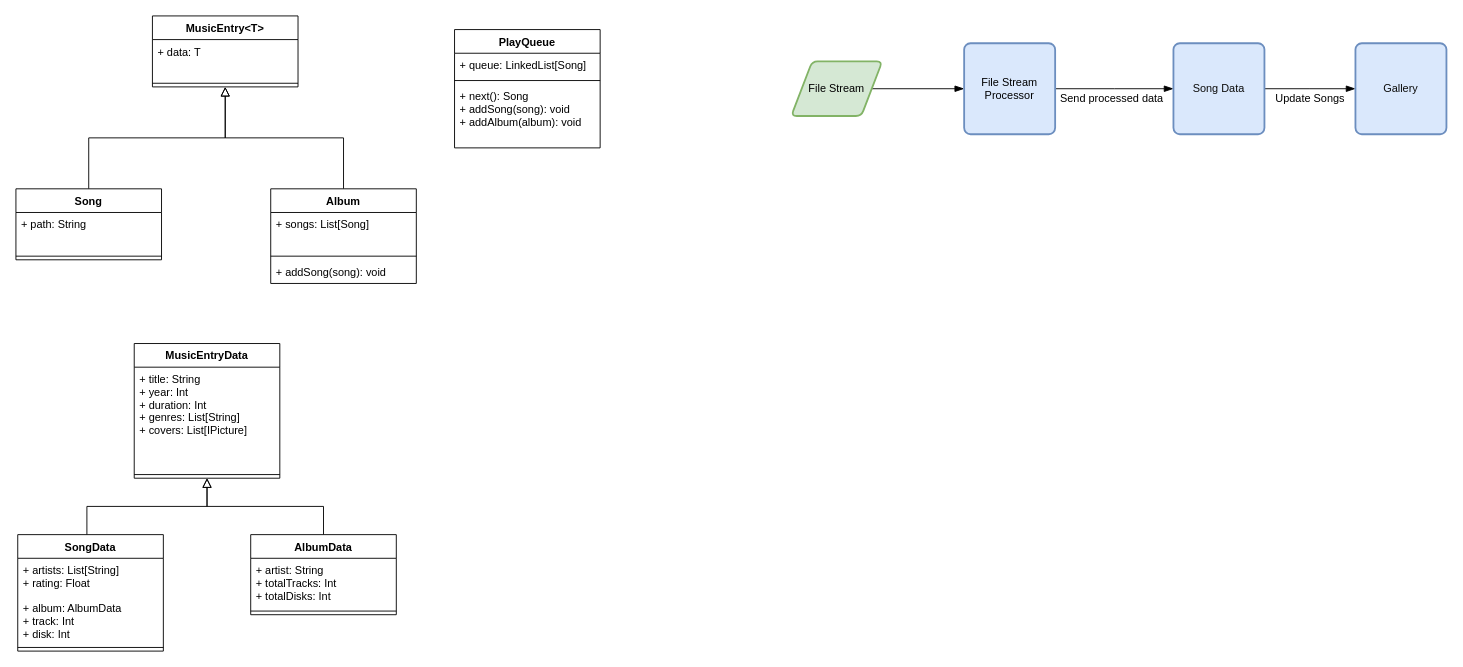
Above: design/music-data-model.drawio in elatoskinas/music-desktop-app (draw.io), before the change. Source tidied: cells renumbered, new cells numbered last; positions are measured from the earlier drawing's top-left corner, leaving out a move shared by most shapes. Both pictures are drawn from the tidied source at 91%, with x=0, y=0 at pixel (15, 15).
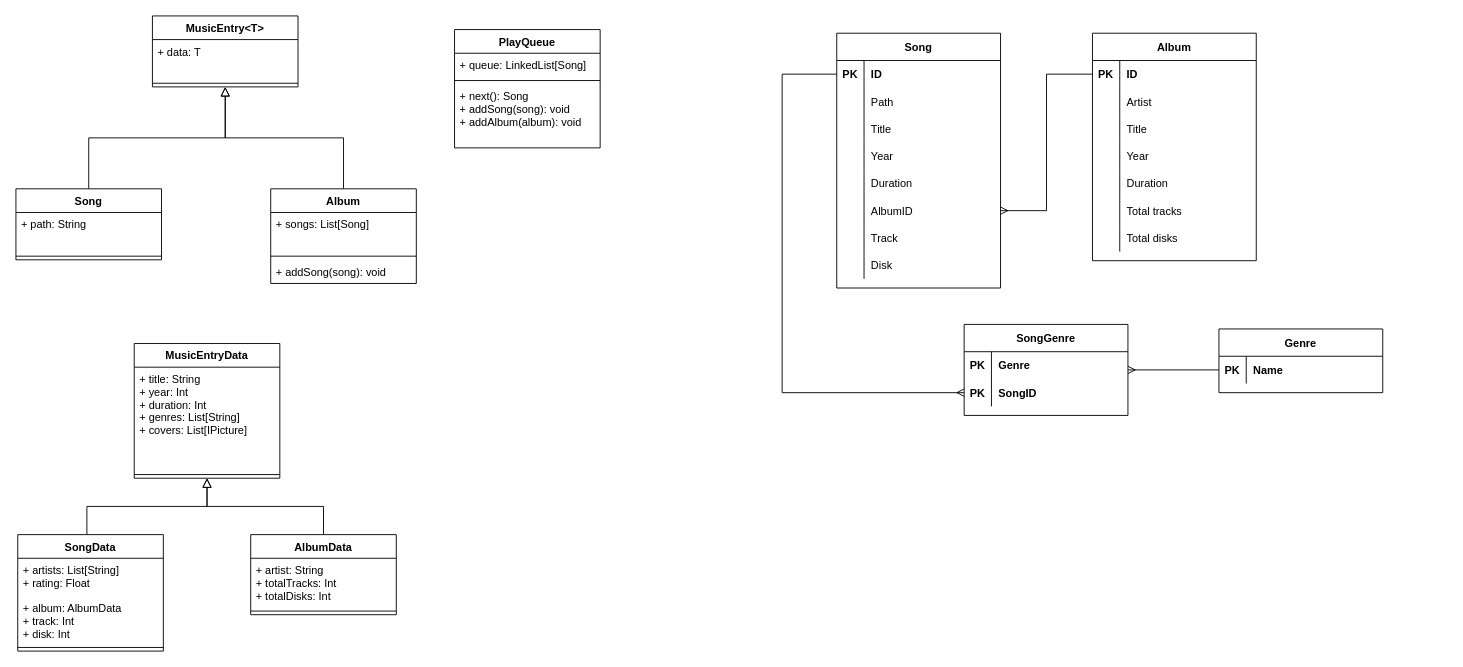
The same page after the edit.

Commit message:
Add preliminary SQL data design

Change to the diagram source:
```diff
@@
-    <mxCell id="25" style="edgeStyle=orthogonalEdgeStyle;rounded=0;jettySize=auto;html=1;entryX=0;entryY=0.5;entryDx=0;entryDy=0;startSize=8;endArrow=blockThin;endFill=1;endSize=8;strokeWidth=1;" parent="1" edge="1" source="26" target="29">
-      <mxGeometry relative="1" as="geometry" />
-    </mxCell>
-    <mxCell id="26" value="File Stream" style="shape=parallelogram;html=1;strokeWidth=2;perimeter=parallelogramPerimeter;whiteSpace=wrap;rounded=1;arcSize=12;size=0.23;align=center;fillColor=#d5e8d4;strokeColor=#82b366;" parent="1" vertex="1">
-      <mxGeometry x="852" y="50" width="100" height="60" as="geometry" />
-    </mxCell>
-    <mxCell id="27" style="edgeStyle=orthogonalEdgeStyle;rounded=0;jettySize=auto;html=1;exitX=1;exitY=0.5;exitDx=0;exitDy=0;startSize=8;endArrow=blockThin;endFill=1;endSize=8;strokeWidth=1;" parent="1" edge="1" source="29">
-      <mxGeometry relative="1" as="geometry">
-        <mxPoint x="1272" y="80" as="targetPoint" />
-      </mxGeometry>
-    </mxCell>
-    <mxCell id="28" value="Send processed data" style="text;align=center;verticalAlign=middle;" parent="27" vertex="1">
-      <mxGeometry x="-0.05" relative="1" as="geometry">
-        <mxPoint y="10" as="offset" />
-      </mxGeometry>
-    </mxCell>
-    <mxCell id="29" value="File Stream Processor" style="rounded=1;whiteSpace=wrap;html=1;absoluteArcSize=1;arcSize=14;strokeWidth=2;labelBackgroundColor=none;align=center;fillColor=#dae8fc;strokeColor=#6c8ebf;" parent="1" vertex="1">
-      <mxGeometry x="1042" y="30" width="100" height="100" as="geometry" />
-    </mxCell>
-    <mxCell id="30" style="edgeStyle=orthogonalEdgeStyle;rounded=0;jettySize=auto;html=1;startSize=8;endArrow=blockThin;endFill=1;endSize=8;strokeWidth=1;fontColor=#4C00FF;" parent="1" edge="1" source="31">
-      <mxGeometry relative="1" as="geometry">
-        <mxPoint x="1472" y="80" as="targetPoint" />
-      </mxGeometry>
-    </mxCell>
-    <mxCell id="31" value="&lt;font color=&quot;#0d0d0c&quot;&gt;Song Data&lt;/font&gt;" style="rounded=1;whiteSpace=wrap;html=1;absoluteArcSize=1;arcSize=14;strokeWidth=2;labelBackgroundColor=none;align=center;fillColor=#dae8fc;strokeColor=#6c8ebf;" parent="1" vertex="1">
-      <mxGeometry x="1272" y="30" width="100" height="100" as="geometry" />
-    </mxCell>
-    <mxCell id="32" value="&lt;font color=&quot;#0d0d0c&quot;&gt;Gallery&lt;/font&gt;" style="rounded=1;whiteSpace=wrap;html=1;absoluteArcSize=1;arcSize=14;strokeWidth=2;labelBackgroundColor=none;align=center;fillColor=#dae8fc;strokeColor=#6c8ebf;" parent="1" vertex="1">
-      <mxGeometry x="1472" y="30" width="100" height="100" as="geometry" />
-    </mxCell>
-    <mxCell id="33" value="Update Songs" style="text;align=center;verticalAlign=middle;" parent="1" vertex="1">
-      <mxGeometry x="1422" y="80" as="geometry">
-        <mxPoint y="10" as="offset" />
-      </mxGeometry>
-    </mxCell>
@@
+    <mxCell id="38" value="Song" style="shape=table;startSize=30;childLayout=tableLayout;rowLines=0;fontStyle=1;align=center;" parent="1" vertex="1">
+      <mxGeometry x="902" y="19" width="180" height="280" as="geometry" />
+    </mxCell>
+    <mxCell id="39" style="shape=partialRectangle;fillColor=none;top=0;left=0;bottom=0;right=0;points=[[0,0.5],[1,0.5]];portConstraint=eastwest;" parent="38" vertex="1">
+      <mxGeometry y="30" width="180" height="30" as="geometry" />
+    </mxCell>
+    <mxCell id="40" value="PK" style="shape=partialRectangle;fillColor=none;top=0;left=0;bottom=0;right=0;overflow=hidden;fontStyle=1;" parent="39" vertex="1">
+      <mxGeometry width="30" height="30" as="geometry" />
+    </mxCell>
+    <mxCell id="41" value="ID" style="shape=partialRectangle;fillColor=none;top=0;left=0;bottom=0;right=0;align=left;spacingLeft=6;overflow=hidden;fontStyle=1;" parent="39" vertex="1">
+      <mxGeometry x="30" width="150" height="30" as="geometry" />
+    </mxCell>
+    <mxCell id="42" style="shape=partialRectangle;fillColor=none;top=0;left=0;bottom=0;right=0;" parent="38" vertex="1">
+      <mxGeometry y="60" width="180" height="30" as="geometry" />
+    </mxCell>
+    <mxCell id="43" style="shape=partialRectangle;fillColor=none;top=0;left=0;bottom=0;right=0;overflow=hidden;" parent="42" vertex="1">
+      <mxGeometry width="30" height="30" as="geometry" />
+    </mxCell>
+    <mxCell id="44" value="Path" style="shape=partialRectangle;fillColor=none;top=0;left=0;bottom=0;right=0;align=left;spacingLeft=6;overflow=hidden;" parent="42" vertex="1">
+      <mxGeometry x="30" width="150" height="30" as="geometry" />
+    </mxCell>
+    <mxCell id="45" style="shape=partialRectangle;fillColor=none;top=0;left=0;bottom=0;right=0;" parent="38" vertex="1">
+      <mxGeometry y="90" width="180" height="30" as="geometry" />
+    </mxCell>
+    <mxCell id="46" style="shape=partialRectangle;fillColor=none;top=0;left=0;bottom=0;right=0;overflow=hidden;" parent="45" vertex="1">
+      <mxGeometry width="30" height="30" as="geometry" />
+    </mxCell>
+    <mxCell id="47" value="Title" style="shape=partialRectangle;fillColor=none;top=0;left=0;bottom=0;right=0;align=left;spacingLeft=6;overflow=hidden;" parent="45" vertex="1">
+      <mxGeometry x="30" width="150" height="30" as="geometry" />
+    </mxCell>
+    <mxCell id="48" style="shape=partialRectangle;fillColor=none;top=0;left=0;bottom=0;right=0;" parent="38" vertex="1">
+      <mxGeometry y="120" width="180" height="30" as="geometry" />
+    </mxCell>
+    <mxCell id="49" style="shape=partialRectangle;fillColor=none;top=0;left=0;bottom=0;right=0;overflow=hidden;" parent="48" vertex="1">
+      <mxGeometry width="30" height="30" as="geometry" />
+    </mxCell>
+    <mxCell id="50" value="Year" style="shape=partialRectangle;fillColor=none;top=0;left=0;bottom=0;right=0;align=left;spacingLeft=6;overflow=hidden;" parent="48" vertex="1">
+      <mxGeometry x="30" width="150" height="30" as="geometry" />
+    </mxCell>
+    <mxCell id="51" style="shape=partialRectangle;fillColor=none;top=0;left=0;bottom=0;right=0;" parent="38" vertex="1">
+      <mxGeometry y="150" width="180" height="30" as="geometry" />
+    </mxCell>
+    <mxCell id="52" style="shape=partialRectangle;fillColor=none;top=0;left=0;bottom=0;right=0;overflow=hidden;" parent="51" vertex="1">
+      <mxGeometry width="30" height="30" as="geometry" />
+    </mxCell>
+    <mxCell id="53" value="Duration" style="shape=partialRectangle;fillColor=none;top=0;left=0;bottom=0;right=0;align=left;spacingLeft=6;overflow=hidden;" parent="51" vertex="1">
+      <mxGeometry x="30" width="150" height="30" as="geometry" />
+    </mxCell>
+    <mxCell id="54" style="shape=partialRectangle;fillColor=none;top=0;left=0;bottom=0;right=0;points=[[0,0.5],[1,0.5]];portConstraint=eastwest;" parent="38" vertex="1">
+      <mxGeometry y="180" width="180" height="30" as="geometry" />
+    </mxCell>
+    <mxCell id="55" style="shape=partialRectangle;fillColor=none;top=0;left=0;bottom=0;right=0;overflow=hidden;" parent="54" vertex="1">
+      <mxGeometry width="30" height="30" as="geometry" />
+    </mxCell>
+    <mxCell id="56" value="AlbumID" style="shape=partialRectangle;fillColor=none;top=0;left=0;bottom=0;right=0;align=left;spacingLeft=6;overflow=hidden;" parent="54" vertex="1">
+      <mxGeometry x="30" width="150" height="30" as="geometry" />
+    </mxCell>
+    <mxCell id="57" style="shape=partialRectangle;fillColor=none;top=0;left=0;bottom=0;right=0;" parent="38" vertex="1">
+      <mxGeometry y="210" width="180" height="30" as="geometry" />
+    </mxCell>
+    <mxCell id="58" style="shape=partialRectangle;fillColor=none;top=0;left=0;bottom=0;right=0;overflow=hidden;" parent="57" vertex="1">
+      <mxGeometry width="30" height="30" as="geometry" />
+    </mxCell>
+    <mxCell id="59" value="Track" style="shape=partialRectangle;fillColor=none;top=0;left=0;bottom=0;right=0;align=left;spacingLeft=6;overflow=hidden;" parent="57" vertex="1">
+      <mxGeometry x="30" width="150" height="30" as="geometry" />
+    </mxCell>
+    <mxCell id="60" style="shape=partialRectangle;fillColor=none;top=0;left=0;bottom=0;right=0;" parent="38" vertex="1">
+      <mxGeometry y="240" width="180" height="30" as="geometry" />
+    </mxCell>
+    <mxCell id="61" style="shape=partialRectangle;fillColor=none;top=0;left=0;bottom=0;right=0;overflow=hidden;" parent="60" vertex="1">
+      <mxGeometry width="30" height="30" as="geometry" />
+    </mxCell>
+    <mxCell id="62" value="Disk" style="shape=partialRectangle;fillColor=none;top=0;left=0;bottom=0;right=0;align=left;spacingLeft=6;overflow=hidden;" parent="60" vertex="1">
+      <mxGeometry x="30" width="150" height="30" as="geometry" />
+    </mxCell>
+    <mxCell id="63" value="Album" style="shape=table;startSize=30;childLayout=tableLayout;rowLines=0;fontStyle=1;align=center;" parent="1" vertex="1">
+      <mxGeometry x="1183" y="19" width="180" height="250" as="geometry" />
+    </mxCell>
+    <mxCell id="64" style="shape=partialRectangle;fillColor=none;top=0;left=0;bottom=0;right=0;points=[[0,0.5],[1,0.5]];portConstraint=eastwest;" parent="63" vertex="1">
+      <mxGeometry y="30" width="180" height="30" as="geometry" />
+    </mxCell>
+    <mxCell id="65" value="PK" style="shape=partialRectangle;fillColor=none;top=0;left=0;bottom=0;right=0;overflow=hidden;fontStyle=1;" parent="64" vertex="1">
+      <mxGeometry width="30" height="30" as="geometry" />
+    </mxCell>
+    <mxCell id="66" value="ID" style="shape=partialRectangle;top=0;left=0;bottom=0;right=0;align=left;spacingLeft=6;overflow=hidden;fontStyle=1;fillColor=none;" parent="64" vertex="1">
+      <mxGeometry x="30" width="150" height="30" as="geometry" />
+    </mxCell>
+    <mxCell id="67" style="shape=partialRectangle;fillColor=none;top=0;left=0;bottom=0;right=0;" parent="63" vertex="1">
+      <mxGeometry y="60" width="180" height="30" as="geometry" />
+    </mxCell>
+    <mxCell id="68" style="shape=partialRectangle;fillColor=none;top=0;left=0;bottom=0;right=0;overflow=hidden;fontStyle=1;" parent="67" vertex="1">
+      <mxGeometry width="30" height="30" as="geometry" />
+    </mxCell>
+    <mxCell id="69" value="Artist" style="shape=partialRectangle;fillColor=none;top=0;left=0;bottom=0;right=0;align=left;spacingLeft=6;overflow=hidden;fontStyle=0;" parent="67" vertex="1">
+      <mxGeometry x="30" width="150" height="30" as="geometry" />
+    </mxCell>
+    <mxCell id="70" style="shape=partialRectangle;fillColor=none;top=0;left=0;bottom=0;right=0;" parent="63" vertex="1">
+      <mxGeometry y="90" width="180" height="30" as="geometry" />
+    </mxCell>
+    <mxCell id="71" style="shape=partialRectangle;fillColor=none;top=0;left=0;bottom=0;right=0;overflow=hidden;fontStyle=1;" parent="70" vertex="1">
+      <mxGeometry width="30" height="30" as="geometry" />
+    </mxCell>
+    <mxCell id="72" value="Title" style="shape=partialRectangle;fillColor=none;top=0;left=0;bottom=0;right=0;align=left;spacingLeft=6;overflow=hidden;fontStyle=0;" parent="70" vertex="1">
+      <mxGeometry x="30" width="150" height="30" as="geometry" />
+    </mxCell>
+    <mxCell id="73" style="shape=partialRectangle;fillColor=none;top=0;left=0;bottom=0;right=0;" parent="63" vertex="1">
+      <mxGeometry y="120" width="180" height="30" as="geometry" />
+    </mxCell>
+    <mxCell id="74" style="shape=partialRectangle;fillColor=none;top=0;left=0;bottom=0;right=0;overflow=hidden;fontStyle=0;" parent="73" vertex="1">
+      <mxGeometry width="30" height="30" as="geometry" />
+    </mxCell>
+    <mxCell id="75" value="Year" style="shape=partialRectangle;fillColor=none;top=0;left=0;bottom=0;right=0;align=left;spacingLeft=6;overflow=hidden;fontStyle=0;" parent="73" vertex="1">
+      <mxGeometry x="30" width="150" height="30" as="geometry" />
+    </mxCell>
+    <mxCell id="76" style="shape=partialRectangle;fillColor=none;top=0;left=0;bottom=0;right=0;" parent="63" vertex="1">
+      <mxGeometry y="150" width="180" height="30" as="geometry" />
+    </mxCell>
+    <mxCell id="77" style="shape=partialRectangle;fillColor=none;top=0;left=0;bottom=0;right=0;overflow=hidden;" parent="76" vertex="1">
+      <mxGeometry width="30" height="30" as="geometry" />
+    </mxCell>
+    <mxCell id="78" value="Duration" style="shape=partialRectangle;fillColor=none;top=0;left=0;bottom=0;right=0;align=left;spacingLeft=6;overflow=hidden;" parent="76" vertex="1">
+      <mxGeometry x="30" width="150" height="30" as="geometry" />
+    </mxCell>
+    <mxCell id="79" style="shape=partialRectangle;fillColor=none;top=0;left=0;bottom=0;right=0;" parent="63" vertex="1">
+      <mxGeometry y="180" width="180" height="30" as="geometry" />
+    </mxCell>
+    <mxCell id="80" style="shape=partialRectangle;fillColor=none;top=0;left=0;bottom=0;right=0;overflow=hidden;" parent="79" vertex="1">
+      <mxGeometry width="30" height="30" as="geometry" />
+    </mxCell>
+    <mxCell id="81" value="Total tracks" style="shape=partialRectangle;fillColor=none;top=0;left=0;bottom=0;right=0;align=left;spacingLeft=6;overflow=hidden;" parent="79" vertex="1">
+      <mxGeometry x="30" width="150" height="30" as="geometry" />
+    </mxCell>
+    <mxCell id="82" style="shape=partialRectangle;fillColor=none;top=0;left=0;bottom=0;right=0;" parent="63" vertex="1">
+      <mxGeometry y="210" width="180" height="30" as="geometry" />
+    </mxCell>
+    <mxCell id="83" style="shape=partialRectangle;fillColor=none;top=0;left=0;bottom=0;right=0;overflow=hidden;" parent="82" vertex="1">
+      <mxGeometry width="30" height="30" as="geometry" />
+    </mxCell>
+    <mxCell id="84" value="Total disks" style="shape=partialRectangle;fillColor=none;top=0;left=0;bottom=0;right=0;align=left;spacingLeft=6;overflow=hidden;" parent="82" vertex="1">
+      <mxGeometry x="30" width="150" height="30" as="geometry" />
+    </mxCell>
+    <mxCell id="85" style="edgeStyle=orthogonalEdgeStyle;rounded=0;jettySize=auto;html=1;entryX=0;entryY=0.5;entryDx=0;entryDy=0;endArrow=none;endFill=0;startArrow=ERmany;startFill=0;" parent="1" edge="1" source="54" target="64">
+      <mxGeometry relative="1" as="geometry" />
+    </mxCell>
+    <mxCell id="86" value="Genre" style="shape=table;startSize=30;childLayout=tableLayout;rowLines=0;fontStyle=1;align=center;" parent="1" vertex="1">
+      <mxGeometry x="1322" y="344" width="180" height="70" as="geometry" />
+    </mxCell>
+    <mxCell id="87" style="shape=partialRectangle;fillColor=none;top=0;left=0;bottom=0;right=0;points=[[0,0.5],[1,0.5]];portConstraint=eastwest;" parent="86" vertex="1">
+      <mxGeometry y="30" width="180" height="30" as="geometry" />
+    </mxCell>
+    <mxCell id="88" value="PK" style="shape=partialRectangle;fillColor=none;top=0;left=0;bottom=0;right=0;overflow=hidden;fontStyle=1;" parent="87" vertex="1">
+      <mxGeometry width="30" height="30" as="geometry" />
+    </mxCell>
+    <mxCell id="89" value="Name" style="shape=partialRectangle;fillColor=none;top=0;left=0;bottom=0;right=0;align=left;spacingLeft=6;overflow=hidden;fontStyle=1;" parent="87" vertex="1">
+      <mxGeometry x="30" width="150" height="30" as="geometry" />
+    </mxCell>
+    <mxCell id="90" style="edgeStyle=orthogonalEdgeStyle;rounded=0;jettySize=auto;html=1;endArrow=none;endFill=0;startArrow=ERmany;startFill=0;" parent="1" edge="1" source="91" target="87">
+      <mxGeometry relative="1" as="geometry" />
+    </mxCell>
+    <mxCell id="91" value="SongGenre" style="shape=table;startSize=30;childLayout=tableLayout;rowLines=0;fontStyle=1;align=center;" parent="1" vertex="1">
+      <mxGeometry x="1042" y="339" width="180" height="100" as="geometry" />
+    </mxCell>
+    <mxCell id="92" style="shape=partialRectangle;fillColor=none;top=0;left=0;bottom=0;right=0;" parent="91" vertex="1">
+      <mxGeometry y="30" width="180" height="30" as="geometry" />
+    </mxCell>
+    <mxCell id="93" value="PK" style="shape=partialRectangle;fillColor=none;top=0;left=0;bottom=0;right=0;overflow=hidden;fontStyle=1;" parent="92" vertex="1">
+      <mxGeometry width="30" height="30" as="geometry" />
+    </mxCell>
+    <mxCell id="94" value="Genre" style="shape=partialRectangle;fillColor=none;top=0;left=0;bottom=0;right=0;align=left;spacingLeft=6;overflow=hidden;fontStyle=1;" parent="92" vertex="1">
+      <mxGeometry x="30" width="150" height="30" as="geometry" />
+    </mxCell>
+    <mxCell id="95" style="shape=partialRectangle;fillColor=none;top=0;left=0;bottom=0;right=0;points=[[0,0.5],[1,0.5]];portConstraint=eastwest;" parent="91" vertex="1">
+      <mxGeometry y="60" width="180" height="30" as="geometry" />
+    </mxCell>
+    <mxCell id="96" value="PK" style="shape=partialRectangle;fillColor=none;top=0;left=0;bottom=0;right=0;overflow=hidden;fontStyle=1;" parent="95" vertex="1">
+      <mxGeometry width="30" height="30" as="geometry" />
+    </mxCell>
+    <mxCell id="97" value="SongID" style="shape=partialRectangle;fillColor=none;top=0;left=0;bottom=0;right=0;align=left;spacingLeft=6;overflow=hidden;fontStyle=1;" parent="95" vertex="1">
+      <mxGeometry x="30" width="150" height="30" as="geometry" />
+    </mxCell>
+    <mxCell id="98" style="edgeStyle=orthogonalEdgeStyle;rounded=0;jettySize=auto;html=1;entryX=0;entryY=0.5;entryDx=0;entryDy=0;startArrow=ERmany;startFill=0;endArrow=none;endFill=0;" parent="1" edge="1" source="95" target="39">
+      <mxGeometry relative="1" as="geometry">
+        <Array as="points">
+          <mxPoint x="842" y="414" />
+          <mxPoint x="842" y="64" />
+        </Array>
+      </mxGeometry>
+    </mxCell>
```
